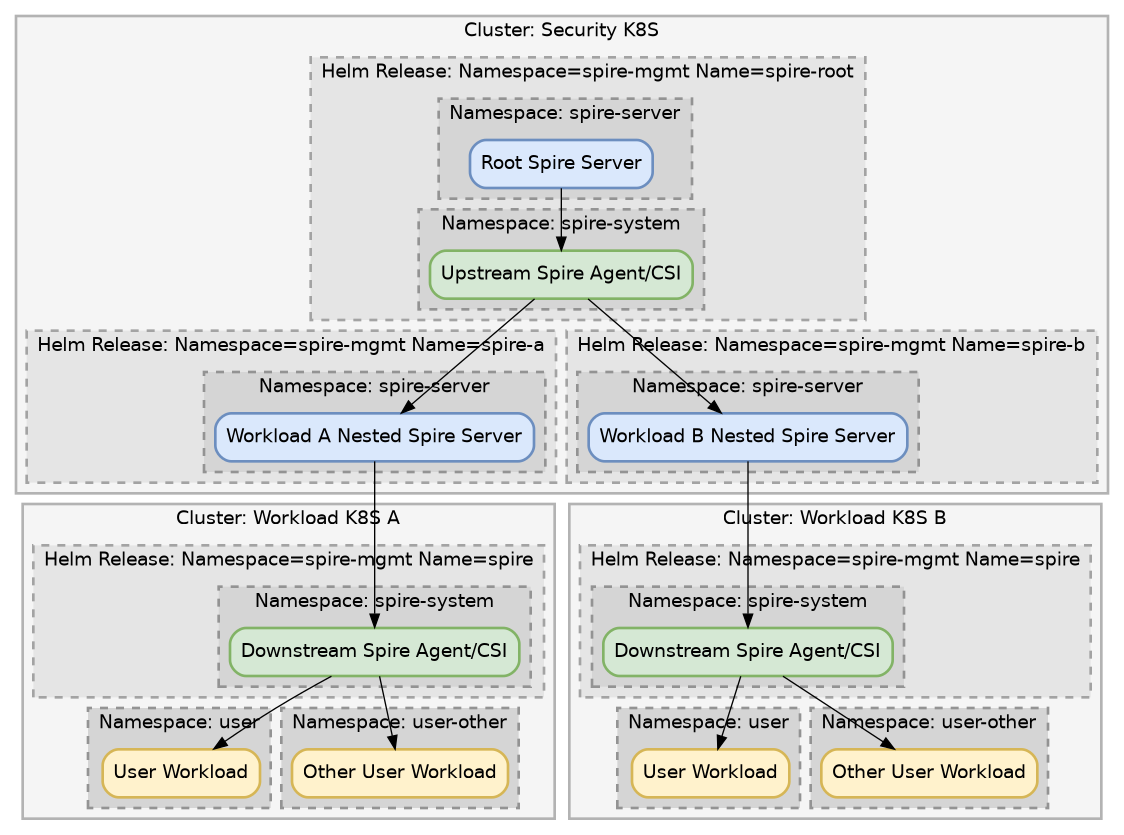
This is static/img/spire-helm-charts-hardened/securitycluster.png from spiffe/spiffe.io, a Graphviz export, as it was before one commit. Its source is kept beside it as static/img/spire-helm-charts-hardened/securitycluster.dot.
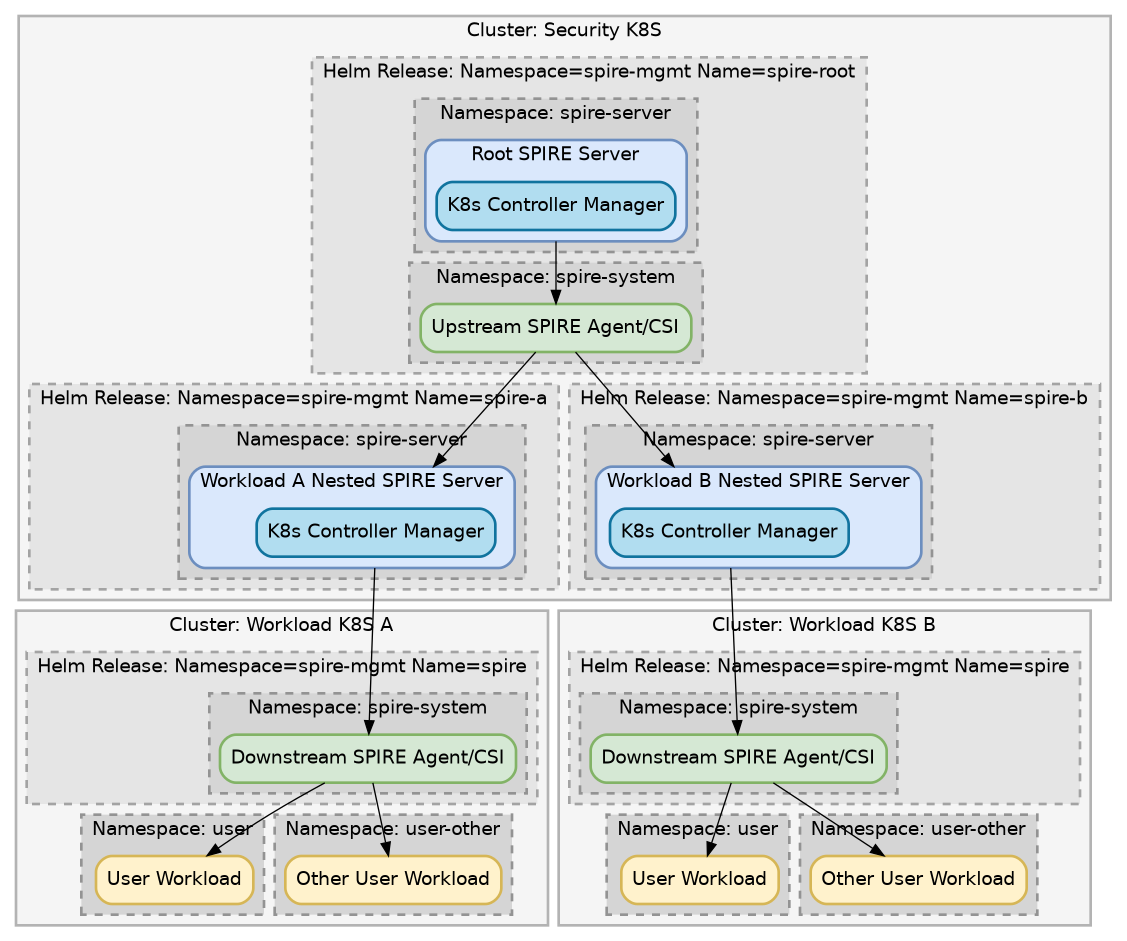
Later version of the same file.

What changed in the source:
```diff
@@ -1,4 +1,5 @@
 digraph G {
+  compound=true;
   subgraph cluster_security_k8s {
     label="Cluster: Security K8S";
     style="filled,solid,bold";
@@ -14,14 +15,20 @@
         color="#939393";
         fillcolor="#d5d5d5";
         label="Namespace: spire-server"
-        spireRoot [label="Root Spire Server",shape="box",style="rounded,solid,filled,bold",color="#6c8ebf",fillcolor="#dae8fc"];
+        subgraph cluster_ns_root_server_obj {
+          style="filled,rounded,bold";
+          color="#6c8ebf";
+          fillcolor="#dae8fc";
+          label="Root SPIRE Server"
+          spireRoot [label="K8s Controller Manager",shape="record",style="rounded,solid,filled,bold",color="#10739e",fillcolor="#b1ddf0"];
+        }
       }
       subgraph cluster_ns_1_system {
         style="filled,dashed,bold";
         color="#939393";
         fillcolor="#d5d5d5";
         label="Namespace: spire-system"
-        spireUpstreamAgent1 [label="Upstream Spire Agent/CSI",shape="box",style="rounded,solid,filled,bold",color="#82b366",fillcolor="#d5e8d4"];
+        spireUpstreamAgent1 [label="Upstream SPIRE Agent/CSI",shape="box",style="rounded,solid,filled,bold",color="#82b366",fillcolor="#d5e8d4"];
       }
     }
     subgraph cluster_nested1_release {
@@ -34,7 +41,13 @@
         color="#939393";
         fillcolor="#d5d5d5";
         label="Namespace: spire-server";
-        spireServerNested1 [label="Workload A Nested Spire Server",shape="box",style="rounded,solid,filled,bold",color="#6c8ebf",fillcolor="#dae8fc"];
+        subgraph cluster_ns_nested_server_obj {
+          style="filled,rounded,bold";
+          color="#6c8ebf";
+          fillcolor="#dae8fc";
+          label="Workload A Nested SPIRE Server"
+          spireServerNested1 [label="K8s Controller Manager",shape="record",style="rounded,solid,filled,bold",color="#10739e",fillcolor="#b1ddf0"];
+        }
       }
     }
     subgraph cluster_nested2_release {
@@ -47,7 +60,13 @@
         color="#939393";
         fillcolor="#d5d5d5";
         label="Namespace: spire-server";
-        spireServerNested2 [label="Workload B Nested Spire Server",shape="box",style="rounded,solid,filled,bold",color="#6c8ebf",fillcolor="#dae8fc"];
+        subgraph cluster_ns_nested_server2_obj {
+          style="filled,rounded,bold";
+          color="#6c8ebf";
+          fillcolor="#dae8fc";
+          label="Workload B Nested SPIRE Server"
+          spireServerNested2 [label="K8s Controller Manager",shape="record",style="rounded,solid,filled,bold",color="#10739e",fillcolor="#b1ddf0"];
+        }
       }
     }
   }
@@ -66,10 +85,10 @@
         color="#939393";
         fillcolor="#d5d5d5";
         label="Namespace: spire-system";
-        spireDownstreamAgent1 [label="Downstream Spire Agent/CSI",shape="box",style="rounded,solid,filled,bold",color="#82b366",fillcolor="#d5e8d4"];
+        spireDownstreamAgent1 [label="Downstream SPIRE Agent/CSI",shape="box",style="rounded,solid,filled,bold",color="#82b366",fillcolor="#d5e8d4"];
       }
     }
-    subgraph cluster_ns_nested_system {
+    subgraph cluster_ns_nested5_system {
       style="filled,dashed,bold";
       color="#939393";
       fillcolor="#d5d5d5";
@@ -99,7 +118,7 @@
         color="#939393";
         fillcolor="#d5d5d5";
         label="Namespace: spire-system";
-        spireDownstreamAgent2 [label="Downstream Spire Agent/CSI",shape="box",style="rounded,solid,filled,bold",color="#82b366",fillcolor="#d5e8d4"];
+        spireDownstreamAgent2 [label="Downstream SPIRE Agent/CSI",shape="box",style="rounded,solid,filled,bold",color="#82b366",fillcolor="#d5e8d4"];
       }
     }
     subgraph cluster_ns_nested3_system {
@@ -116,13 +135,13 @@
       label="Namespace: user-other";
       userWorkload4 [label="Other User Workload",shape="box",style="rounded,solid,filled,bold",color="#d6b656",fillcolor="#fff2cc"];
     }
-    spireRoot -> spireUpstreamAgent1;
-    spireUpstreamAgent1 -> spireServerNested1;
-    spireServerNested1 -> spireDownstreamAgent1;
+    spireRoot -> spireUpstreamAgent1 [ltail=cluster_ns_root_server_obj];
+    spireUpstreamAgent1 -> spireServerNested1 [lhead=cluster_ns_nested_server_obj];
+    spireServerNested1 -> spireDownstreamAgent1 [ltail=cluster_ns_nested_server_obj];
     spireDownstreamAgent1 -> userWorkload1;
     spireDownstreamAgent1 -> userWorkload2;
-    spireUpstreamAgent1 -> spireServerNested2;
-    spireServerNested2 -> spireDownstreamAgent2;
+    spireUpstreamAgent1 -> spireServerNested2 [lhead=cluster_ns_nested_server2_obj];
+    spireServerNested2 -> spireDownstreamAgent2 [ltail=cluster_ns_nested_server2_obj];
     spireDownstreamAgent2 -> userWorkload3;
     spireDownstreamAgent2 -> userWorkload4;
   }
```
